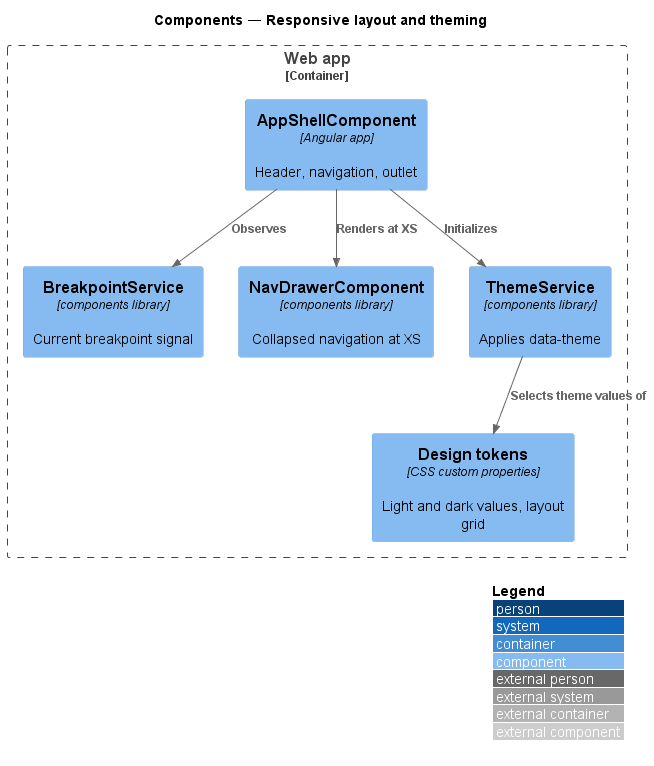
The PlantUML diagram docs/detailed-designs/platform/responsive-layout-and-theming/diagrams/c4-component.png in QuinntyneBrown/faithtech-community, before a commit.
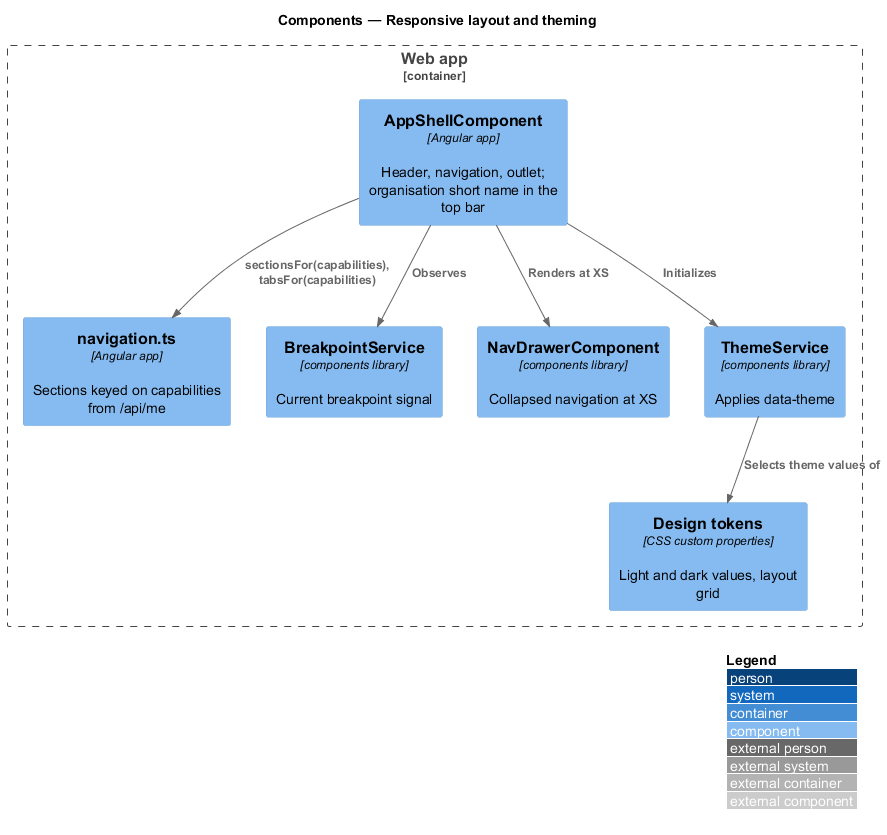
After the change.

Change to the diagram source:
```diff
@@ -3,13 +3,15 @@
 LAYOUT_WITH_LEGEND()
 title Components — Responsive layout and theming
 Container_Boundary(web, "Web app") {
-  Component(shell, "AppShellComponent", "Angular app", "Header, navigation, outlet")
+  Component(shell, "AppShellComponent", "Angular app", "Header, navigation, outlet; organisation short name in the top bar")
+  Component(nav2, "navigation.ts", "Angular app", "Sections keyed on capabilities from /api/me")
   Component(bp, "BreakpointService", "components library", "Current breakpoint signal")
   Component(nav, "NavDrawerComponent", "components library", "Collapsed navigation at XS")
   Component(theme, "ThemeService", "components library", "Applies data-theme")
   Component(tok, "Design tokens", "CSS custom properties", "Light and dark values, layout grid")
 }
 Rel(shell, bp, "Observes")
+Rel(shell, nav2, "sectionsFor(capabilities), tabsFor(capabilities)")
 Rel(shell, nav, "Renders at XS")
 Rel(shell, theme, "Initializes")
 Rel(theme, tok, "Selects theme values of")
```
